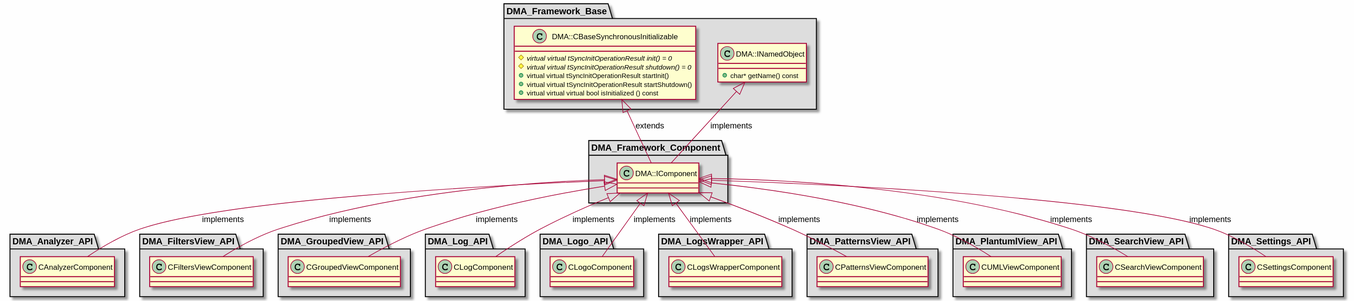
The PlantUML diagram md/dev_docs/puml/DMA_Framework_Component.svg in svlad-90/DLT-Message-Analyzer, before a commit.
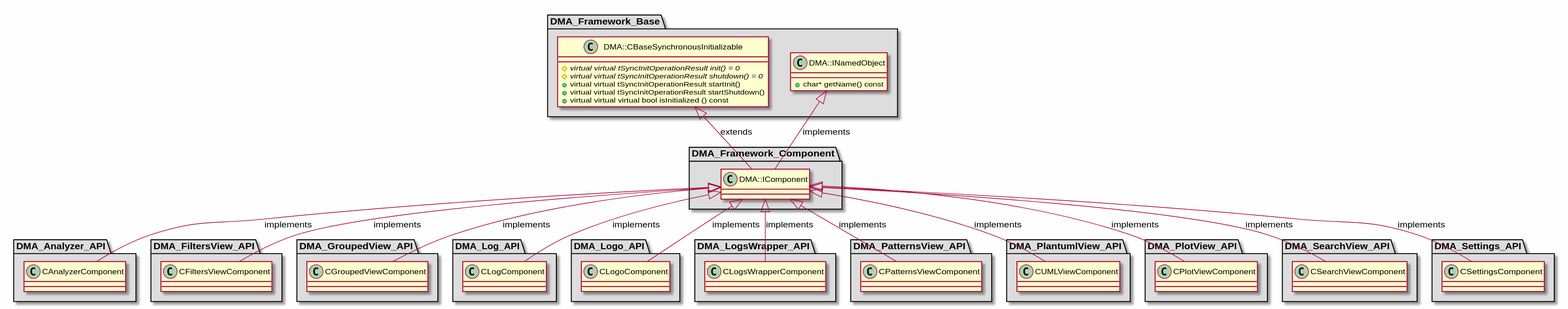
Later version of the same file.

Diff of the diagram source:
```diff
@@ -102,6 +102,15 @@
 
 }
 
+package "DMA_PlotView_API" #DDDDDD
+{
+
+class "CPlotViewComponent"
+{
+}
+
+}
+
 package "DMA_SearchView_API" #DDDDDD
 {
 
@@ -130,6 +139,7 @@
 DMA::IComponent <|-- CLogsWrapperComponent : implements
 DMA::IComponent <|-- CPatternsViewComponent : implements
 DMA::IComponent <|-- CUMLViewComponent : implements
+DMA::IComponent <|-- CPlotViewComponent : implements
 DMA::IComponent <|-- CSearchViewComponent : implements
 DMA::IComponent <|-- CSettingsComponent : implements
 
```
